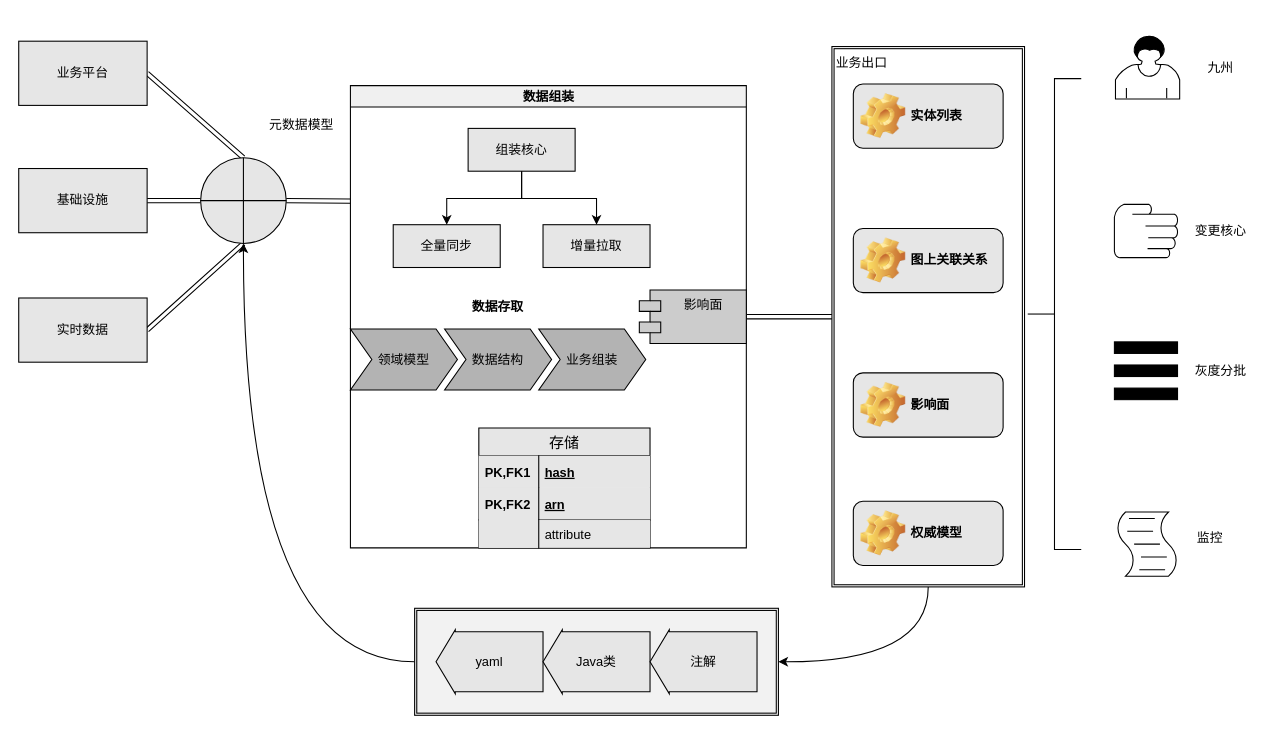
Before: 2020述职-架构.drawio in frankneu/draw.io, a draw.io diagram. Source tidied: cells renumbered, new cells numbered last; positions are measured from the earlier drawing's top-left corner, leaving out a move shared by most shapes. Both pictures are drawn from the tidied source at 107%, with x=0, y=0 at pixel (18, 35).
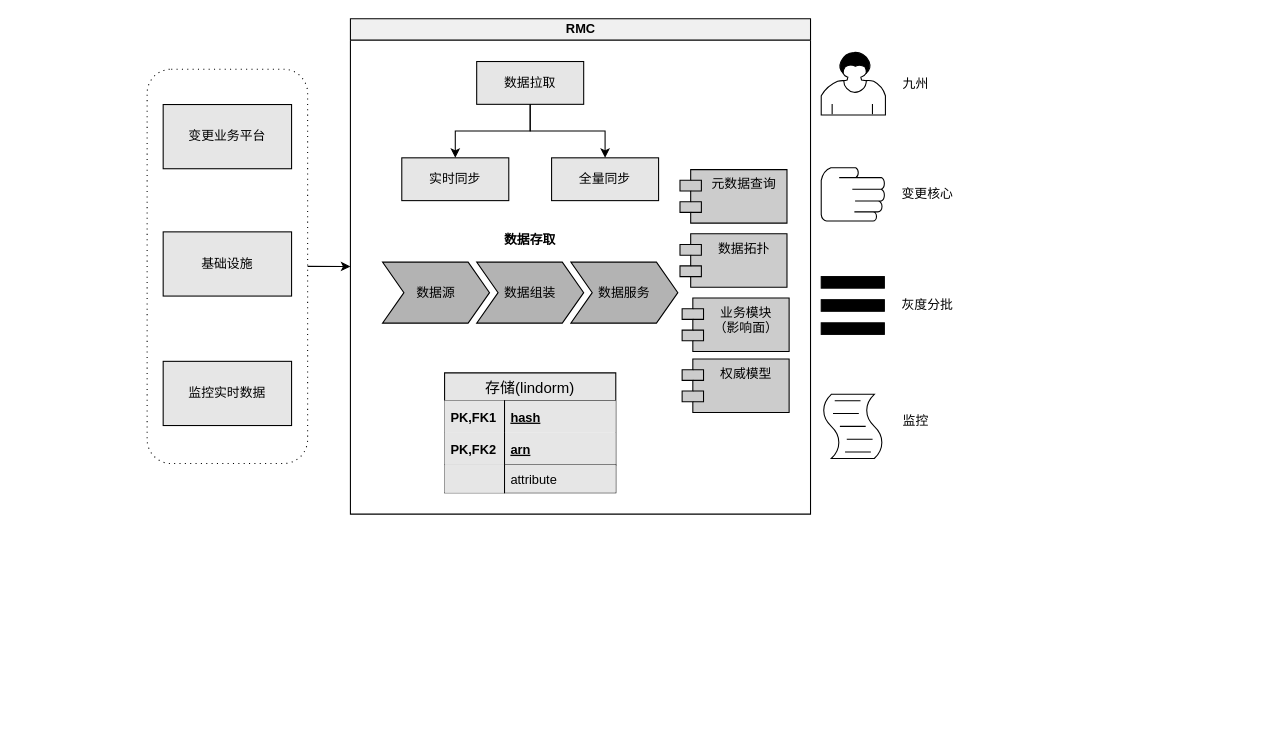
After the change.

Change to the diagram source:
```diff
@@
-    <mxCell id="2" style="edgeStyle=orthogonalEdgeStyle;rounded=0;jettySize=auto;html=1;exitX=0;exitY=0.5;exitDx=0;exitDy=0;entryX=0.5;entryY=1;entryDx=0;entryDy=0;fillColor=#E6E6E6;curved=1;" parent="1" edge="1" source="3" target="13">
-      <mxGeometry relative="1" as="geometry" />
-    </mxCell>
-    <mxCell id="3" style="shape=ext;double=1;rounded=0;whiteSpace=wrap;html=1;fillColor=#F2F2F2;" parent="1" vertex="1">
-      <mxGeometry x="370" y="535" width="340" height="100" as="geometry" />
-    </mxCell>
-    <mxCell id="4" style="edgeStyle=orthogonalEdgeStyle;rounded=0;jettySize=auto;html=1;exitX=0.5;exitY=1;exitDx=0;exitDy=0;entryX=1;entryY=0.5;entryDx=0;entryDy=0;fillColor=#E6E6E6;curved=1;" parent="1" edge="1" source="5" target="3">
-      <mxGeometry relative="1" as="geometry" />
-    </mxCell>
-    <mxCell id="5" value="业务出口&lt;br&gt;&lt;br&gt;&lt;br&gt;&lt;br&gt;&lt;br&gt;&lt;br&gt;&lt;br&gt;&lt;br&gt;&lt;br&gt;&lt;br&gt;&lt;br&gt;&lt;br&gt;&lt;br&gt;&lt;br&gt;&lt;br&gt;&lt;br&gt;&lt;br&gt;&lt;br&gt;&lt;br&gt;&lt;br&gt;&lt;br&gt;&lt;br&gt;&lt;br&gt;&lt;br&gt;&lt;br&gt;&lt;br&gt;&lt;br&gt;&lt;br&gt;&lt;br&gt;&lt;br&gt;&lt;br&gt;&lt;br&gt;&lt;br&gt;&lt;br&gt;" style="shape=ext;double=1;rounded=0;whiteSpace=wrap;html=1;align=left;fillColor=none;" parent="1" vertex="1">
-      <mxGeometry x="760" y="10" width="180" height="505" as="geometry" />
-    </mxCell>
-    <mxCell id="6" style="edgeStyle=none;shape=link;rounded=0;jettySize=auto;html=1;exitX=1;exitY=0.5;exitDx=0;exitDy=0;entryX=0.5;entryY=0;entryDx=0;entryDy=0;fillColor=#E6E6E6;" parent="1" edge="1" source="7" target="13">
-      <mxGeometry relative="1" as="geometry" />
-    </mxCell>
+    <mxCell id="50" style="shape=ext;rounded=1;html=1;whiteSpace=wrap;dashed=1;dashPattern=1 4;fillColor=none;" parent="1" vertex="1">
+      <mxGeometry x="120" y="31.2" width="150" height="368.5" as="geometry" />
+    </mxCell>
-    <mxCell id="7" value="业务平台" style="rounded=0;whiteSpace=wrap;html=1;fillColor=#E6E6E6;" parent="1" vertex="1">
-      <mxGeometry y="5" width="120" height="60" as="geometry" />
+    <mxCell id="7" value="变更业务平台" style="rounded=0;whiteSpace=wrap;html=1;fillColor=#E6E6E6;" parent="1" vertex="1">
+      <mxGeometry x="135" y="64.2" width="120" height="60" as="geometry" />
     </mxCell>
-    <mxCell id="8" style="edgeStyle=none;shape=link;rounded=0;jettySize=auto;html=1;exitX=1;exitY=0.5;exitDx=0;exitDy=0;entryX=0;entryY=0.5;entryDx=0;entryDy=0;fillColor=#E6E6E6;" parent="1" edge="1" source="9" target="13">
-      <mxGeometry relative="1" as="geometry" />
-    </mxCell>
     <mxCell id="9" value="基础设施" style="rounded=0;whiteSpace=wrap;html=1;fillColor=#E6E6E6;" parent="1" vertex="1">
-      <mxGeometry y="124" width="120" height="60" as="geometry" />
+      <mxGeometry x="135" y="183.2" width="120" height="60" as="geometry" />
     </mxCell>
-    <mxCell id="10" style="edgeStyle=none;shape=link;rounded=0;jettySize=auto;html=1;exitX=1;exitY=0.5;exitDx=0;exitDy=0;entryX=0.5;entryY=1;entryDx=0;entryDy=0;fillColor=#E6E6E6;" parent="1" edge="1" source="11" target="13">
-      <mxGeometry relative="1" as="geometry" />
-    </mxCell>
-    <mxCell id="11" value="实时数据" style="rounded=0;whiteSpace=wrap;html=1;fillColor=#E6E6E6;" parent="1" vertex="1">
-      <mxGeometry y="245" width="120" height="60" as="geometry" />
+    <mxCell id="11" value="监控实时数据" style="rounded=0;whiteSpace=wrap;html=1;fillColor=#E6E6E6;" parent="1" vertex="1">
+      <mxGeometry x="135" y="304.2" width="120" height="60" as="geometry" />
     </mxCell>
-    <mxCell id="12" style="edgeStyle=none;shape=link;rounded=0;jettySize=auto;html=1;exitX=1;exitY=0.5;exitDx=0;exitDy=0;entryX=0;entryY=0.25;entryDx=0;entryDy=0;fillColor=none;" parent="1" edge="1" source="13" target="31">
-      <mxGeometry relative="1" as="geometry" />
-    </mxCell>
-    <mxCell id="13" style="shape=orEllipse;perimeter=ellipsePerimeter;whiteSpace=wrap;html=1;backgroundOutline=1;fillColor=#E6E6E6;" parent="1" vertex="1">
-      <mxGeometry x="170" y="114" width="80" height="80" as="geometry" />
-    </mxCell>
-    <mxCell id="14" style="edgeStyle=none;shape=link;rounded=0;jettySize=auto;html=1;exitX=1;exitY=0.5;exitDx=0;exitDy=0;entryX=0;entryY=0.5;entryDx=0;entryDy=0;fillColor=none;" parent="1" edge="1" source="31" target="5">
-      <mxGeometry relative="1" as="geometry" />
-    </mxCell>
-    <mxCell id="15" value="图上关联关系" style="label;whiteSpace=wrap;html=1;image=img/clipart/Gear_128x128.png;fillColor=#E6E6E6;" parent="1" vertex="1">
-      <mxGeometry x="780" y="180" width="140" height="60" as="geometry" />
-    </mxCell>
-    <mxCell id="16" value="影响面" style="label;whiteSpace=wrap;html=1;image=img/clipart/Gear_128x128.png;fillColor=#E6E6E6;" parent="1" vertex="1">
-      <mxGeometry x="780" y="315" width="140" height="60" as="geometry" />
-    </mxCell>
-    <mxCell id="17" value="实体列表" style="label;whiteSpace=wrap;html=1;image=img/clipart/Gear_128x128.png;fillColor=#E6E6E6;" parent="1" vertex="1">
-      <mxGeometry x="780" y="45" width="140" height="60" as="geometry" />
-    </mxCell>
-    <mxCell id="18" value="yaml" style="shape=singleArrow;direction=west;whiteSpace=wrap;html=1;arrowWidth=0.9333333333333333;arrowSize=0.18;fillColor=#E6E6E6;" parent="1" vertex="1">
-      <mxGeometry x="390" y="555" width="100" height="60" as="geometry" />
-    </mxCell>
-    <mxCell id="19" value="Java类" style="shape=singleArrow;direction=west;whiteSpace=wrap;html=1;arrowWidth=0.9333333333333333;arrowSize=0.18;fillColor=#E6E6E6;" parent="1" vertex="1">
-      <mxGeometry x="490" y="555" width="100" height="60" as="geometry" />
-    </mxCell>
-    <mxCell id="20" value="注解" style="shape=singleArrow;direction=west;whiteSpace=wrap;html=1;arrowWidth=0.9333333333333333;arrowSize=0.18;fillColor=#E6E6E6;" parent="1" vertex="1">
-      <mxGeometry x="590" y="555" width="100" height="60" as="geometry" />
-    </mxCell>
     <mxCell id="21" style="shape=mxgraph.bpmn.user_task;html=1;fillColor=none;" parent="1" vertex="1">
-      <mxGeometry x="1025" width="60" height="59" as="geometry" />
+      <mxGeometry x="750" y="15" width="60" height="59" as="geometry" />
     </mxCell>
     <mxCell id="22" style="shape=mxgraph.bpmn.manual_task;html=1;fillColor=none;" parent="1" vertex="1">
-      <mxGeometry x="1024" y="157.5" width="59" height="50" as="geometry" />
+      <mxGeometry x="750" y="123.2" width="59" height="50" as="geometry" />
     </mxCell>
     <mxCell id="23" style="shape=parallelMarker;direction=south;html=1;fillColor=none;" parent="1" vertex="1">
-      <mxGeometry x="1024" y="286" width="59" height="54" as="geometry" />
+      <mxGeometry x="750" y="225" width="59" height="54" as="geometry" />
     </mxCell>
     <mxCell id="24" style="shape=mxgraph.bpmn.script_task;html=1;fillColor=none;" parent="1" vertex="1">
-      <mxGeometry x="1025" y="445" width="59" height="60" as="geometry" />
+      <mxGeometry x="750" y="335" width="59" height="60" as="geometry" />
     </mxCell>
     <mxCell id="25" value="九州" style="text;html=1;align=center;verticalAlign=middle;fillColor=none;" parent="1" vertex="1">
-      <mxGeometry x="1103" y="20" width="40" height="20" as="geometry" />
+      <mxGeometry x="818" y="34.5" width="40" height="20" as="geometry" />
     </mxCell>
     <mxCell id="26" value="变更核心" style="text;html=1;align=center;verticalAlign=middle;fillColor=none;" parent="1" vertex="1">
-      <mxGeometry x="1093" y="172.5" width="60" height="20" as="geometry" />
+      <mxGeometry x="819" y="138.2" width="60" height="20" as="geometry" />
     </mxCell>
     <mxCell id="27" value="灰度分批" style="text;html=1;align=center;verticalAlign=middle;fillColor=none;" parent="1" vertex="1">
-      <mxGeometry x="1093" y="303" width="60" height="20" as="geometry" />
+      <mxGeometry x="819" y="242" width="60" height="20" as="geometry" />
     </mxCell>
     <mxCell id="28" value="监控" style="text;html=1;align=center;verticalAlign=middle;fillColor=none;" parent="1" vertex="1">
-      <mxGeometry x="1093" y="460" width="40" height="20" as="geometry" />
+      <mxGeometry x="818" y="350" width="40" height="20" as="geometry" />
     </mxCell>
-    <mxCell id="29" value="权威模型" style="label;whiteSpace=wrap;html=1;image=img/clipart/Gear_128x128.png;fillColor=#E6E6E6;" parent="1" vertex="1">
-      <mxGeometry x="780" y="435" width="140" height="60" as="geometry" />
-    </mxCell>
-    <mxCell id="30" style="html=1;shape=mxgraph.flowchart.annotation_2;align=left;labelPosition=right;fillColor=none;" parent="1" vertex="1">
-      <mxGeometry x="943" y="40" width="50" height="440" as="geometry" />
-    </mxCell>
-    <mxCell id="31" value="数据组装" style="swimlane;html=1;startSize=20;horizontal=1;horizontalTree=0;containerType=tree;fillColor=#F0F0F0;" parent="1" vertex="1">
-      <mxGeometry x="310" y="46.5" width="370" height="432" as="geometry" />
+    <mxCell id="31" value="RMC" style="swimlane;html=1;startSize=20;horizontal=1;horizontalTree=0;containerType=tree;fillColor=#F0F0F0;" parent="1" vertex="1">
+      <mxGeometry x="310" y="-16" width="430" height="463" as="geometry" />
     </mxCell>
-    <mxCell id="32" value="组装核心" style="whiteSpace=wrap;html=1;fillColor=#E6E6E6;" parent="31" vertex="1">
-      <mxGeometry x="110" y="40" width="100" height="40" as="geometry" />
+    <mxCell id="32" value="数据拉取" style="whiteSpace=wrap;html=1;fillColor=#E6E6E6;" parent="31" vertex="1">
+      <mxGeometry x="118" y="40" width="100" height="40" as="geometry" />
     </mxCell>
     <mxCell id="33" value="全量同步" style="whiteSpace=wrap;html=1;fillColor=#E6E6E6;" parent="31" vertex="1">
-      <mxGeometry x="40" y="130" width="100" height="40" as="geometry" />
+      <mxGeometry x="188" y="130" width="100" height="40" as="geometry" />
     </mxCell>
@@
-    <mxCell id="35" value="增量拉取" style="whiteSpace=wrap;html=1;fillColor=#E6E6E6;" parent="31" vertex="1">
-      <mxGeometry x="180" y="130" width="100" height="40" as="geometry" />
+    <mxCell id="35" value="实时同步" style="whiteSpace=wrap;html=1;fillColor=#E6E6E6;" parent="31" vertex="1">
+      <mxGeometry x="48" y="130" width="100" height="40" as="geometry" />
     </mxCell>
@@
     <mxCell id="37" value="数据存取" style="swimlane;horizontal=1;fillColor=none;strokeColor=none;stackBorder=10;align=center;fontColor=#000000;" parent="31" vertex="1">
-      <mxGeometry x="-10" y="194.5" width="296" height="100" as="geometry" />
+      <mxGeometry x="20" y="194.5" width="296" height="100" as="geometry" />
     </mxCell>
-    <mxCell id="38" value="领域模型" style="shape=step;perimeter=stepPerimeter;fixedSize=1;fillColor=#B3B3B3;" parent="37" vertex="1">
+    <mxCell id="38" value="数据源" style="shape=step;perimeter=stepPerimeter;fixedSize=1;fillColor=#B3B3B3;" parent="37" vertex="1">
       <mxGeometry x="10" y="33" width="100" height="57" as="geometry" />
     </mxCell>
-    <mxCell id="39" value="数据结构" style="shape=step;perimeter=stepPerimeter;fixedSize=1;fillColor=#B3B3B3;" parent="37" vertex="1">
+    <mxCell id="39" value="数据组装" style="shape=step;perimeter=stepPerimeter;fixedSize=1;fillColor=#B3B3B3;" parent="37" vertex="1">
       <mxGeometry x="98" y="33" width="100" height="57" as="geometry" />
     </mxCell>
-    <mxCell id="40" value="业务组装" style="shape=step;perimeter=stepPerimeter;fixedSize=1;fillColor=#B3B3B3;" parent="37" vertex="1">
+    <mxCell id="40" value="数据服务" style="shape=step;perimeter=stepPerimeter;fixedSize=1;fillColor=#B3B3B3;" parent="37" vertex="1">
       <mxGeometry x="186" y="33" width="100" height="57" as="geometry" />
     </mxCell>
-    <mxCell id="41" value="存储" style="swimlane;fontStyle=0;horizontal=1;startSize=26;fillColor=#E6E6E6;swimlaneFillColor=#ffffff;align=center;fontSize=14;" parent="31" vertex="1">
-      <mxGeometry x="120" y="320" width="160" height="112" as="geometry" />
+    <mxCell id="41" value="存储(lindorm)" style="swimlane;fontStyle=0;horizontal=1;startSize=26;fillColor=#E6E6E6;swimlaneFillColor=#ffffff;align=center;fontSize=14;" parent="31" vertex="1">
+      <mxGeometry x="88" y="331" width="160" height="112" as="geometry" />
     </mxCell>
@@
-    <mxCell id="48" value="影响面" style="shape=module;align=left;spacingLeft=20;align=center;verticalAlign=top;fillColor=#CCCCCC;" parent="31" vertex="1">
-      <mxGeometry x="270" y="191" width="100" height="50" as="geometry" />
+    <mxCell id="48" value="业务模块&#10;（影响面）" style="shape=module;align=left;spacingLeft=20;align=center;verticalAlign=top;fillColor=#CCCCCC;" parent="31" vertex="1">
+      <mxGeometry x="310" y="261" width="100" height="50" as="geometry" />
     </mxCell>
-    <mxCell id="49" value="元数据模型" style="text;html=1;align=center;verticalAlign=middle;fillColor=none;" parent="1" vertex="1">
-      <mxGeometry x="224" y="74" width="80" height="20" as="geometry" />
-    </mxCell>
+    <mxCell id="51" value="数据拓扑" style="shape=module;align=left;spacingLeft=20;align=center;verticalAlign=top;fillColor=#CCCCCC;" parent="31" vertex="1">
+      <mxGeometry x="308" y="201" width="100" height="50" as="geometry" />
+    </mxCell>
+    <mxCell id="29" value="权威模型" style="shape=module;align=left;spacingLeft=20;align=center;verticalAlign=top;fillColor=#CCCCCC;" parent="31" vertex="1">
+      <mxGeometry x="310" y="318" width="100" height="50" as="geometry" />
+    </mxCell>
+    <mxCell id="52" value="元数据查询" style="shape=module;align=left;spacingLeft=20;align=center;verticalAlign=top;fillColor=#CCCCCC;" parent="31" vertex="1">
+      <mxGeometry x="308" y="141" width="100" height="50" as="geometry" />
+    </mxCell>
+    <mxCell id="53" style="edgeStyle=orthogonalEdgeStyle;curved=1;rounded=0;jettySize=auto;html=1;exitX=1;exitY=0.5;exitDx=0;exitDy=0;entryX=0;entryY=0.5;entryDx=0;entryDy=0;fillColor=#E6E6E6;" parent="1" edge="1" source="50" target="31">
+      <mxGeometry relative="1" as="geometry" />
+    </mxCell>
```
